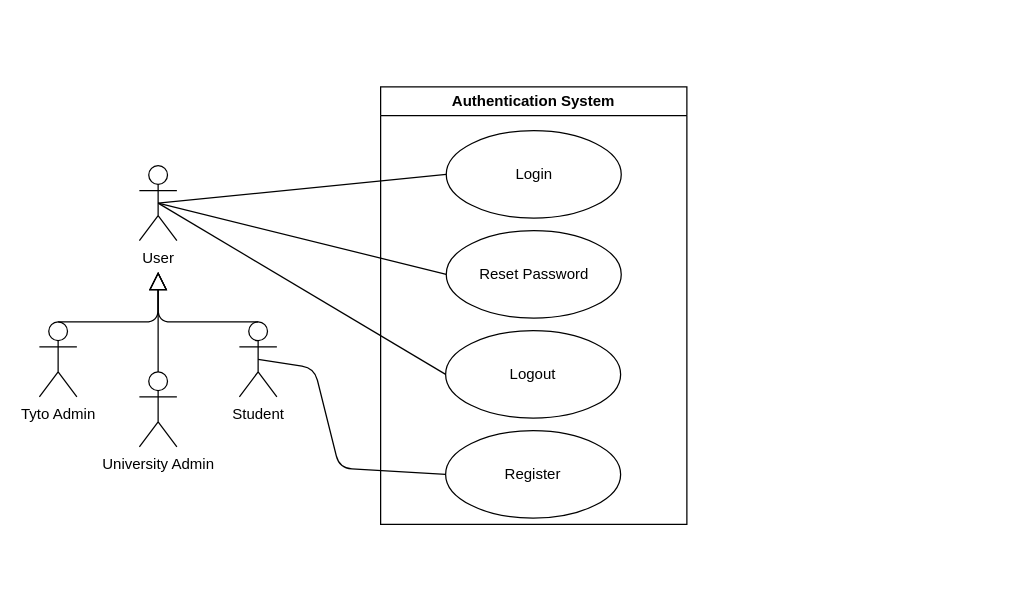
The draw.io diagram page "Authentication System" (3 of 6) of docs/diagrams/requirements/Requirements.drawio in COS301-SE-2026/UMTAS, before the edit. Source tidied: cells renumbered, new cells numbered last; positions are measured from the earlier drawing's top-left corner, leaving out a move shared by most shapes. Both pictures are drawn from the tidied source at 125%, with x=0, y=0 at pixel (39, 86).
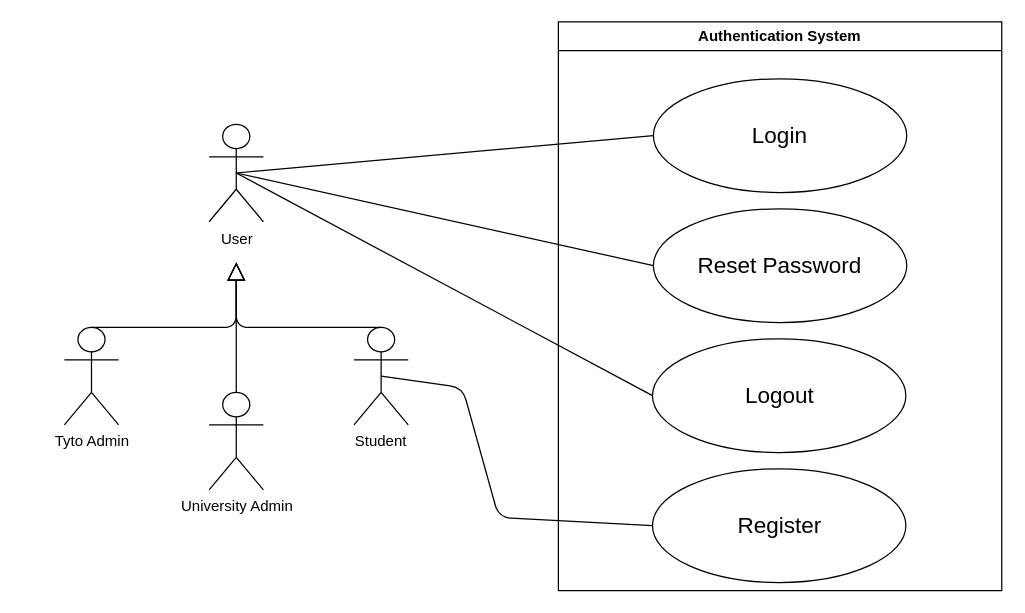
The same page after the edit.

Diff of the diagram source:
```diff
@@
-    <mxCell id="2" value="Authentication System" style="swimlane;whiteSpace=wrap;html=1;" parent="1" vertex="1">
-      <mxGeometry x="273" width="245" height="350" as="geometry" />
-    </mxCell>
-    <mxCell id="3" value="Logout" style="ellipse;whiteSpace=wrap;html=1;" parent="2" vertex="1">
-      <mxGeometry x="52" y="195" width="140" height="70" as="geometry" />
-    </mxCell>
-    <mxCell id="4" value="Login" style="ellipse;whiteSpace=wrap;html=1;" parent="2" vertex="1">
-      <mxGeometry x="52.5" y="35" width="140" height="70" as="geometry" />
-    </mxCell>
-    <mxCell id="5" value="Reset Password" style="ellipse;whiteSpace=wrap;html=1;" parent="2" vertex="1">
-      <mxGeometry x="52.5" y="115" width="140" height="70" as="geometry" />
-    </mxCell>
-    <mxCell id="6" value="Register" style="ellipse;whiteSpace=wrap;html=1;" parent="2" vertex="1">
-      <mxGeometry x="52" y="275" width="140" height="70" as="geometry" />
-    </mxCell>
+    <mxCell id="20" style="group;" parent="1" vertex="1">
+      <mxGeometry x="20" y="-52" width="750" height="455" as="geometry" />
+    </mxCell>
-    <mxCell id="7" style="group;" parent="1" vertex="1">
-      <mxGeometry y="63" width="190" height="225" as="geometry" />
+    <mxCell id="7" style="group;" parent="20" vertex="1">
+      <mxGeometry y="81.9" width="275.1" height="292.5" as="geometry" />
     </mxCell>
     <mxCell id="8" value="User" style="shape=umlActor;verticalLabelPosition=bottom;verticalAlign=top;html=1;outlineConnect=0;" parent="7" vertex="1">
-      <mxGeometry x="80" width="30" height="60" as="geometry" />
+      <mxGeometry x="115.8" width="43.4" height="78" as="geometry" />
     </mxCell>
     <mxCell id="9" style="group;" parent="7" vertex="1">
-      <mxGeometry y="85" width="190" height="140" as="geometry" />
+      <mxGeometry y="110.5" width="275.1" height="182" as="geometry" />
     </mxCell>
     <mxCell id="10" value="Tyto Admin" style="shape=umlActor;verticalLabelPosition=bottom;verticalAlign=top;html=1;outlineConnect=0;" parent="9" vertex="1">
-      <mxGeometry y="40" width="30" height="60" as="geometry" />
+      <mxGeometry y="52" width="43.4" height="78" as="geometry" />
     </mxCell>
     <mxCell id="11" value="University Admin" style="shape=umlActor;verticalLabelPosition=bottom;verticalAlign=top;html=1;outlineConnect=0;" parent="9" vertex="1">
-      <mxGeometry x="80" y="80" width="30" height="60" as="geometry" />
+      <mxGeometry x="115.8" y="104" width="43.4" height="78" as="geometry" />
     </mxCell>
     <mxCell id="12" value="Student" style="shape=umlActor;verticalLabelPosition=bottom;verticalAlign=top;html=1;outlineConnect=0;" parent="9" vertex="1">
-      <mxGeometry x="160" y="40" width="30" height="60" as="geometry" />
+      <mxGeometry x="231.7" y="52" width="43.4" height="78" as="geometry" />
     </mxCell>
     <mxCell id="13" style="edgeStyle=none;html=1;endSize=12;endArrow=block;endFill=0;exitX=0.5;exitY=0;exitDx=0;exitDy=0;exitPerimeter=0;" parent="9" edge="1" source="10">
       <mxGeometry relative="1" as="geometry">
-        <mxPoint x="95" as="targetPoint" />
+        <mxPoint x="137.5" as="targetPoint" />
         <Array as="points">
-          <mxPoint x="95" y="40" />
+          <mxPoint x="137.5" y="52" />
         </Array>
       </mxGeometry>
     </mxCell>
     <mxCell id="14" style="edgeStyle=none;html=1;endSize=12;endArrow=block;endFill=0;exitX=0.5;exitY=0;exitDx=0;exitDy=0;exitPerimeter=0;" parent="9" edge="1" source="12">
       <mxGeometry relative="1" as="geometry">
-        <mxPoint x="95" as="targetPoint" />
+        <mxPoint x="137.5" as="targetPoint" />
         <Array as="points">
-          <mxPoint x="95" y="40" />
+          <mxPoint x="137.5" y="52" />
         </Array>
       </mxGeometry>
     </mxCell>
     <mxCell id="15" style="edgeStyle=none;html=1;endSize=12;endArrow=block;endFill=0;exitX=0.5;exitY=0;exitDx=0;exitDy=0;exitPerimeter=0;" parent="9" edge="1" source="11">
       <mxGeometry relative="1" as="geometry">
-        <mxPoint x="95" as="targetPoint" />
+        <mxPoint x="137.5" as="targetPoint" />
       </mxGeometry>
     </mxCell>
+    <mxCell id="21" style="group;" parent="20" vertex="1">
+      <mxGeometry x="318.5" width="431.5" height="455" as="geometry" />
+    </mxCell>
+    <mxCell id="2" value="Authentication System" style="swimlane;whiteSpace=wrap;html=1;" parent="21" vertex="1">
+      <mxGeometry x="76.7" width="354.7" height="455" as="geometry" />
+    </mxCell>
+    <mxCell id="3" value="&lt;font style=&quot;font-size: 18px;&quot;&gt;Logout&lt;/font&gt;" style="ellipse;whiteSpace=wrap;html=1;" parent="2" vertex="1">
+      <mxGeometry x="75.3" y="253.5" width="202.7" height="91" as="geometry" />
+    </mxCell>
+    <mxCell id="4" value="&lt;font style=&quot;font-size: 18px;&quot;&gt;Login&lt;/font&gt;" style="ellipse;whiteSpace=wrap;html=1;" parent="2" vertex="1">
+      <mxGeometry x="76" y="45.5" width="202.7" height="91" as="geometry" />
+    </mxCell>
+    <mxCell id="5" value="&lt;font style=&quot;font-size: 18px;&quot;&gt;Reset Password&lt;/font&gt;" style="ellipse;whiteSpace=wrap;html=1;" parent="2" vertex="1">
+      <mxGeometry x="76" y="149.5" width="202.7" height="91" as="geometry" />
+    </mxCell>
+    <mxCell id="6" value="&lt;font style=&quot;font-size: 18px;&quot;&gt;Register&lt;/font&gt;" style="ellipse;whiteSpace=wrap;html=1;" parent="2" vertex="1">
+      <mxGeometry x="75.3" y="357.5" width="202.7" height="91" as="geometry" />
+    </mxCell>
+    <mxCell id="17" style="endArrow=none;html=1;exitX=0.5;exitY=0.5;exitDx=0;exitDy=0;exitPerimeter=0;entryX=0;entryY=0.5;entryDx=0;entryDy=0;" parent="20" edge="1" source="8" target="3">
+      <mxGeometry relative="1" as="geometry" />
+    </mxCell>
+    <mxCell id="19" style="endArrow=none;html=1;exitX=0.5;exitY=0.5;exitDx=0;exitDy=0;exitPerimeter=0;entryX=0;entryY=0.5;entryDx=0;entryDy=0;" parent="20" edge="1" source="8" target="4">
+      <mxGeometry relative="1" as="geometry" />
+    </mxCell>
+    <mxCell id="18" style="endArrow=none;html=1;entryX=0.5;entryY=0.5;entryDx=0;entryDy=0;entryPerimeter=0;exitX=0;exitY=0.5;exitDx=0;exitDy=0;" parent="20" edge="1" source="5" target="8">
+      <mxGeometry relative="1" as="geometry" />
+    </mxCell>
-    <mxCell id="16" style="endArrow=none;html=1;exitX=0.5;exitY=0.5;exitDx=0;exitDy=0;exitPerimeter=0;entryX=0;entryY=0.5;entryDx=0;entryDy=0;" parent="1" edge="1" source="12" target="6">
+    <mxCell id="16" style="endArrow=none;html=1;exitX=0.5;exitY=0.5;exitDx=0;exitDy=0;exitPerimeter=0;entryX=0;entryY=0.5;entryDx=0;entryDy=0;" parent="20" edge="1" source="12" target="6">
       <mxGeometry relative="1" as="geometry">
         <Array as="points">
-          <mxPoint x="220" y="225" />
-          <mxPoint x="240" y="305" />
+          <mxPoint x="318.5" y="292.5" />
+          <mxPoint x="347.5" y="396.5" />
         </Array>
       </mxGeometry>
     </mxCell>
-    <mxCell id="17" style="endArrow=none;html=1;exitX=0.5;exitY=0.5;exitDx=0;exitDy=0;exitPerimeter=0;entryX=0;entryY=0.5;entryDx=0;entryDy=0;" parent="1" edge="1" source="8" target="3">
-      <mxGeometry relative="1" as="geometry" />
-    </mxCell>
-    <mxCell id="18" style="endArrow=none;html=1;entryX=0.5;entryY=0.5;entryDx=0;entryDy=0;entryPerimeter=0;exitX=0;exitY=0.5;exitDx=0;exitDy=0;" parent="1" edge="1" source="5" target="8">
-      <mxGeometry relative="1" as="geometry" />
-    </mxCell>
-    <mxCell id="19" style="endArrow=none;html=1;exitX=0.5;exitY=0.5;exitDx=0;exitDy=0;exitPerimeter=0;entryX=0;entryY=0.5;entryDx=0;entryDy=0;" parent="1" edge="1" source="8" target="4">
-      <mxGeometry relative="1" as="geometry" />
-    </mxCell>
```
